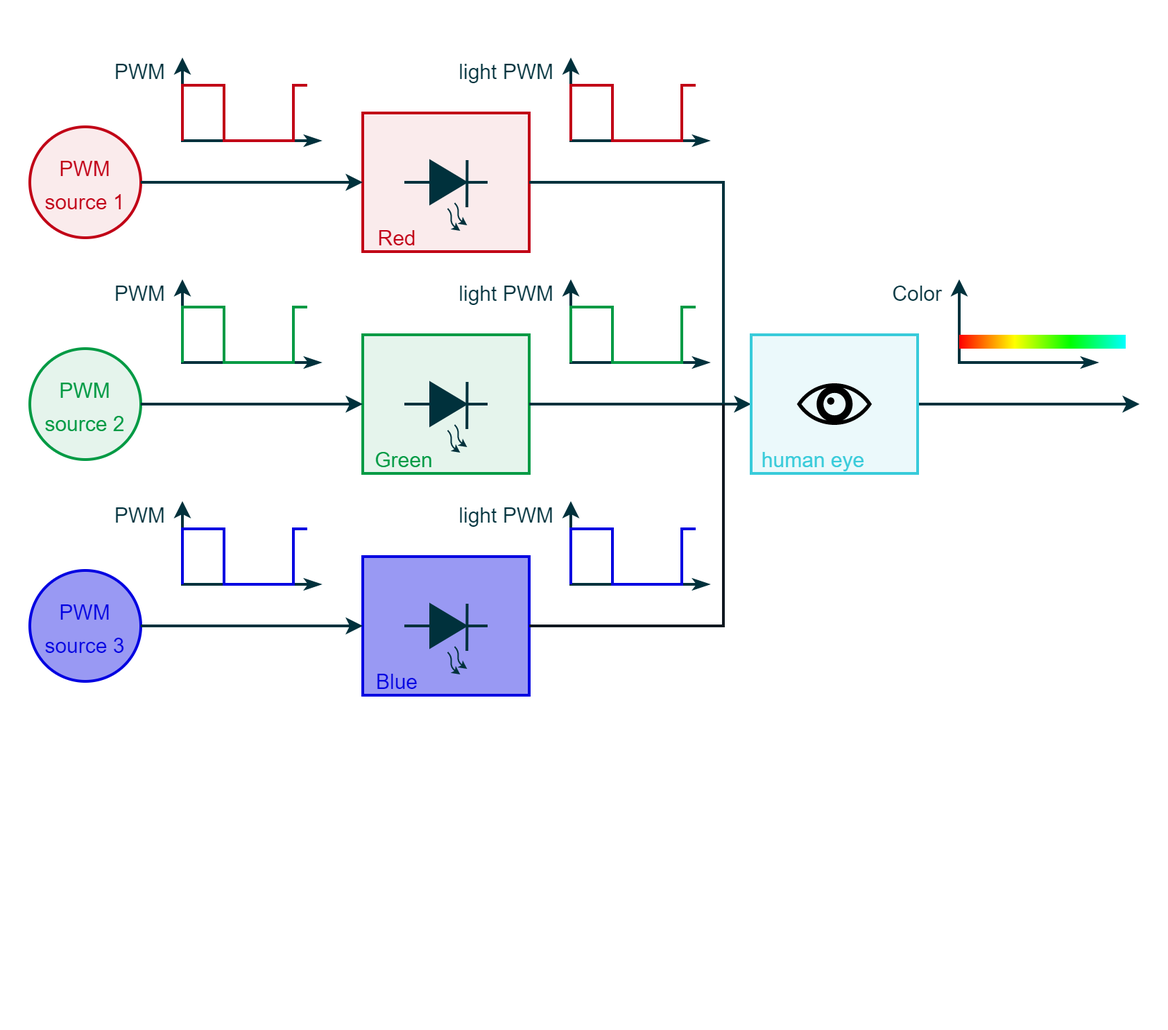
The draw.io diagram draw.io/PE Articles/General knowledge/Fundamentals/PWM 101 from Duty Cycle to Motor Control/Block diagram PWM RGB LED eye (PE).png in PLAY-Embedded/pe_assets, before a commit. Source tidied: cells renumbered, new cells last; positions are measured from the earlier drawing's top-left corner, leaving out a move shared by most shapes.
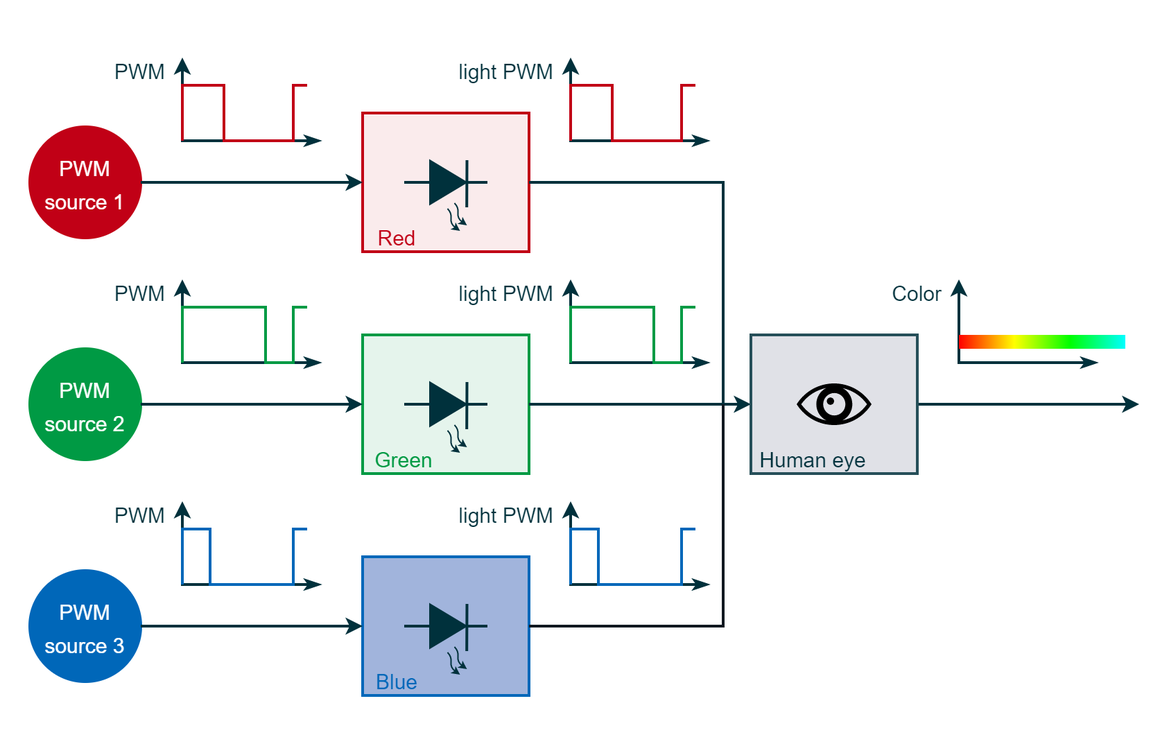
The same diagram one commit later.

The edit, as a diff of the source:
```diff
@@ -3,9 +3,9 @@
     <mxCell id="0" />
     <mxCell id="1" parent="0" />
     <mxCell id="2" style="rounded=0;whiteSpace=wrap;html=1;strokeColor=#00313C;strokeWidth=2;fontFamily=Arial;fontSize=20;fontColor=#FFFFFF;fillColor=#99d7b4;opacity=0;" parent="1" vertex="1">
-      <mxGeometry width="840" height="740" as="geometry" />
+      <mxGeometry width="840" height="540" as="geometry" />
     </mxCell>
-    <mxCell id="3" value="&lt;font color=&quot;#c10016&quot; style=&quot;font-size: 15px;&quot;&gt;PWM&lt;br&gt;source 1&lt;/font&gt;" style="ellipse;whiteSpace=wrap;html=1;strokeColor=#C10016;strokeWidth=2;fontFamily=Arial;fontSize=20;fontColor=#FFFFFF;fillColor=#FAEBEC;rounded=0;" parent="1" vertex="1">
+    <mxCell id="3" value="&lt;font style=&quot;font-size: 15px;&quot;&gt;PWM&lt;br&gt;source 1&lt;/font&gt;" style="ellipse;whiteSpace=wrap;html=1;strokeColor=#C10016;strokeWidth=2;fontFamily=Arial;fontSize=20;fontColor=#FFFFFF;fillColor=#C10016;rounded=0;" parent="1" vertex="1">
       <mxGeometry x="20" y="90" width="80" height="80" as="geometry" />
     </mxCell>
     <mxCell id="4" style="endArrow=classicThin;html=1;rounded=0;strokeColor=#00313C;strokeWidth=2;fontFamily=Arial;fontSize=20;fontColor=#101820;fillColor=#00313C;startArrow=classic;startFill=1;endFill=1;" parent="1" edge="1">
@@ -118,7 +118,7 @@
         <mxPoint x="260" y="130" as="targetPoint" />
       </mxGeometry>
     </mxCell>
-    <mxCell id="20" value="&lt;font color=&quot;#009a44&quot; style=&quot;font-size: 15px;&quot;&gt;PWM&lt;br&gt;source 2&lt;/font&gt;" style="ellipse;whiteSpace=wrap;html=1;strokeColor=#009A44;strokeWidth=2;fontFamily=Arial;fontSize=20;fontColor=#FFFFFF;fillColor=#E5F4EC;rounded=0;" parent="1" vertex="1">
+    <mxCell id="20" value="&lt;font style=&quot;font-size: 15px;&quot;&gt;PWM&lt;br&gt;source 2&lt;/font&gt;" style="ellipse;whiteSpace=wrap;html=1;strokeColor=#009A44;strokeWidth=2;fontFamily=Arial;fontSize=20;fontColor=#FFFFFF;fillColor=#009A44;rounded=0;" parent="1" vertex="1">
       <mxGeometry x="20" y="250" width="80" height="80" as="geometry" />
     </mxCell>
     <mxCell id="21" style="endArrow=classicThin;html=1;rounded=0;strokeColor=#00313C;strokeWidth=2;fontFamily=Arial;fontSize=20;fontColor=#101820;fillColor=#00313C;startArrow=classic;startFill=1;endFill=1;" parent="1" edge="1">
@@ -136,8 +136,8 @@
         <mxPoint x="220" y="220" as="targetPoint" />
         <Array as="points">
           <mxPoint x="130" y="220" />
-          <mxPoint x="160" y="220" />
-          <mxPoint x="160" y="260" />
+          <mxPoint x="190" y="220" />
+          <mxPoint x="190" y="260" />
           <mxPoint x="210" y="260" />
           <mxPoint x="210" y="220" />
         </Array>
@@ -224,23 +224,10 @@
         </Array>
       </mxGeometry>
     </mxCell>
-    <mxCell id="37" style="endArrow=none;html=1;rounded=0;strokeColor=#009A44;strokeWidth=2;fontFamily=Arial;fontSize=20;fontColor=#FFCD00;fillColor=#009A44;" parent="1" edge="1">
-      <mxGeometry relative="1" as="geometry">
-        <mxPoint x="410" y="260" as="sourcePoint" />
-        <mxPoint x="500" y="220" as="targetPoint" />
-        <Array as="points">
-          <mxPoint x="410" y="220" />
-          <mxPoint x="440" y="220" />
-          <mxPoint x="440" y="260" />
-          <mxPoint x="490" y="260" />
-          <mxPoint x="490" y="220" />
-        </Array>
-      </mxGeometry>
-    </mxCell>
     <mxCell id="38" value="&lt;font style=&quot;font-size: 15px;&quot; color=&quot;#00313c&quot;&gt;light PWM&lt;/font&gt;" style="rounded=0;whiteSpace=wrap;html=1;strokeColor=none;strokeWidth=2;fillColor=none;fontFamily=Arial;fontSize=16;fontColor=#3D3F4F;align=right;" parent="1" vertex="1">
       <mxGeometry x="320" y="200" width="80" height="20" as="geometry" />
     </mxCell>
-    <mxCell id="39" style="rounded=0;whiteSpace=wrap;html=1;strokeColor=#38CBDA;strokeWidth=2;fontFamily=Arial;fontSize=20;fontColor=#38CBDA;fillColor=#EBF9FB;" parent="1" vertex="1">
+    <mxCell id="39" style="rounded=0;whiteSpace=wrap;html=1;strokeColor=#264F59;strokeWidth=2;fontFamily=Arial;fontSize=20;fontColor=#FFFFFF;fillColor=#E0E1E7;" parent="1" vertex="1">
       <mxGeometry x="540" y="240" width="120" height="100" as="geometry" />
     </mxCell>
     <mxCell id="40" style="endArrow=classic;html=1;rounded=0;strokeColor=#00313C;strokeWidth=2;fontFamily=Arial;fontSize=20;fontColor=#101820;fillColor=#D8E0E1;entryX=0;entryY=0.5;entryDx=0;entryDy=0;exitX=1;exitY=0.5;exitDx=0;exitDy=0;" parent="1" edge="1" source="20">
@@ -248,13 +235,13 @@
         <mxPoint x="260" y="290" as="targetPoint" />
       </mxGeometry>
     </mxCell>
-    <mxCell id="41" value="&lt;font color=&quot;#38cbda&quot; style=&quot;font-size: 15px;&quot;&gt;human eye&lt;/font&gt;" style="rounded=0;whiteSpace=wrap;html=1;strokeColor=none;strokeWidth=2;fillColor=none;fontFamily=Arial;fontSize=16;fontColor=#3D3F4F;align=center;" parent="1" vertex="1">
+    <mxCell id="41" value="&lt;font color=&quot;#00313c&quot; style=&quot;font-size: 15px;&quot;&gt;Human eye&lt;/font&gt;" style="rounded=0;whiteSpace=wrap;html=1;strokeColor=none;strokeWidth=2;fillColor=none;fontFamily=Arial;fontSize=16;fontColor=#3D3F4F;align=center;" parent="1" vertex="1">
       <mxGeometry x="540" y="320" width="90" height="20" as="geometry" />
     </mxCell>
     <mxCell id="42" style="shape=mxgraph.signs.healthcare.eye;html=1;fillColor=#000000;strokeColor=none;verticalLabelPosition=bottom;verticalAlign=top;align=center;strokeWidth=2;fontFamily=Arial;fontSize=20;fontColor=#101820;" parent="1" vertex="1">
       <mxGeometry x="573" y="275" width="54" height="30" as="geometry" />
     </mxCell>
-    <mxCell id="43" value="&lt;font color=&quot;#0000e1&quot; style=&quot;font-size: 15px;&quot;&gt;PWM&lt;br&gt;source 3&lt;/font&gt;" style="ellipse;whiteSpace=wrap;html=1;strokeColor=#0000E1;strokeWidth=2;fontFamily=Arial;fontSize=20;fontColor=#FFFFFF;fillColor=#9999f3;rounded=0;" parent="1" vertex="1">
+    <mxCell id="43" value="&lt;font style=&quot;font-size: 15px;&quot;&gt;PWM&lt;br&gt;source 3&lt;/font&gt;" style="ellipse;whiteSpace=wrap;html=1;strokeColor=#0067B9;strokeWidth=2;fontFamily=Arial;fontSize=20;fontColor=#FFFFFF;fillColor=#0067B9;rounded=0;" parent="1" vertex="1">
       <mxGeometry x="20" y="410" width="80" height="80" as="geometry" />
     </mxCell>
     <mxCell id="44" style="endArrow=classicThin;html=1;rounded=0;strokeColor=#00313C;strokeWidth=2;fontFamily=Arial;fontSize=20;fontColor=#101820;fillColor=#00313C;startArrow=classic;startFill=1;endFill=1;" parent="1" edge="1">
@@ -266,14 +253,14 @@
         </Array>
       </mxGeometry>
     </mxCell>
-    <mxCell id="45" style="endArrow=none;html=1;rounded=0;strokeColor=#0000E1;strokeWidth=2;fontFamily=Arial;fontSize=20;fontColor=#FFCD00;fillColor=#C10016;" parent="1" edge="1">
+    <mxCell id="45" style="endArrow=none;html=1;rounded=0;strokeColor=#0067B9;strokeWidth=2;fontFamily=Arial;fontSize=20;fontColor=#FFCD00;fillColor=#0067B9;" parent="1" edge="1">
       <mxGeometry relative="1" as="geometry">
         <mxPoint x="130" y="420" as="sourcePoint" />
         <mxPoint x="220" y="380" as="targetPoint" />
         <Array as="points">
           <mxPoint x="130" y="380" />
-          <mxPoint x="160" y="380" />
-          <mxPoint x="160" y="420" />
+          <mxPoint x="150" y="380" />
+          <mxPoint x="150" y="420" />
           <mxPoint x="210" y="420" />
           <mxPoint x="210" y="380" />
         </Array>
@@ -282,7 +269,7 @@
     <mxCell id="46" value="&lt;font style=&quot;font-size: 15px;&quot; color=&quot;#00313c&quot;&gt;PWM&lt;/font&gt;" style="rounded=0;whiteSpace=wrap;html=1;strokeColor=none;strokeWidth=2;fillColor=none;fontFamily=Arial;fontSize=16;fontColor=#3D3F4F;align=right;" parent="1" vertex="1">
       <mxGeometry x="60" y="360" width="60" height="20" as="geometry" />
     </mxCell>
-    <mxCell id="47" style="rounded=0;whiteSpace=wrap;html=1;strokeColor=#0000E1;strokeWidth=2;fontFamily=Arial;fontSize=20;fontColor=#FFFFFF;fillColor=#9999f3;" parent="1" vertex="1">
+    <mxCell id="47" style="rounded=0;whiteSpace=wrap;html=1;strokeColor=#0067B9;strokeWidth=2;fontFamily=Arial;fontSize=20;fontColor=#FFFFFF;fillColor=#A1B4DC;" parent="1" vertex="1">
       <mxGeometry x="260" y="400" width="120" height="100" as="geometry" />
     </mxCell>
     <mxCell id="48" style="endArrow=none;html=1;rounded=0;strokeColor=#00313C;strokeWidth=2;fontFamily=Arial;fontSize=20;fontColor=#101820;fillColor=#00313C;entryX=0;entryY=0.5;entryDx=0;entryDy=0;" parent="1" edge="1" target="52">
@@ -324,7 +311,7 @@
         <mxPoint x="350" y="450" as="targetPoint" />
       </mxGeometry>
     </mxCell>
-    <mxCell id="54" value="&lt;font color=&quot;#0000e1&quot; style=&quot;font-size: 15px;&quot;&gt;Blue&lt;/font&gt;" style="rounded=0;whiteSpace=wrap;html=1;strokeColor=none;strokeWidth=2;fillColor=none;fontFamily=Arial;fontSize=16;fontColor=#3D3F4F;align=center;" parent="1" vertex="1">
+    <mxCell id="54" value="&lt;font color=&quot;#0067b9&quot; style=&quot;font-size: 15px;&quot;&gt;Blue&lt;/font&gt;" style="rounded=0;whiteSpace=wrap;html=1;strokeColor=none;strokeWidth=2;fillColor=none;fontFamily=Arial;fontSize=16;fontColor=#3D3F4F;align=center;" parent="1" vertex="1">
       <mxGeometry x="260" y="480" width="50" height="20" as="geometry" />
     </mxCell>
     <mxCell id="55" style="endArrow=classicThin;html=1;rounded=0;strokeColor=#00313C;strokeWidth=2;fontFamily=Arial;fontSize=20;fontColor=#101820;fillColor=#00313C;startArrow=classic;startFill=1;endFill=1;" parent="1" edge="1">
@@ -336,19 +323,6 @@
         </Array>
       </mxGeometry>
     </mxCell>
-    <mxCell id="56" style="endArrow=none;html=1;rounded=0;strokeColor=#0000E1;strokeWidth=2;fontFamily=Arial;fontSize=20;fontColor=#FFCD00;fillColor=#C10016;" parent="1" edge="1">
-      <mxGeometry relative="1" as="geometry">
-        <mxPoint x="410" y="420" as="sourcePoint" />
-        <mxPoint x="500" y="380" as="targetPoint" />
-        <Array as="points">
-          <mxPoint x="410" y="380" />
-          <mxPoint x="440" y="380" />
-          <mxPoint x="440" y="420" />
-          <mxPoint x="490" y="420" />
-          <mxPoint x="490" y="380" />
-        </Array>
-      </mxGeometry>
-    </mxCell>
     <mxCell id="57" value="&lt;font style=&quot;font-size: 15px;&quot; color=&quot;#00313c&quot;&gt;light PWM&lt;/font&gt;" style="rounded=0;whiteSpace=wrap;html=1;strokeColor=none;strokeWidth=2;fillColor=none;fontFamily=Arial;fontSize=16;fontColor=#3D3F4F;align=right;" parent="1" vertex="1">
       <mxGeometry x="320" y="360" width="80" height="20" as="geometry" />
     </mxCell>
@@ -375,5 +349,31 @@
     <mxCell id="62" style="rounded=0;whiteSpace=wrap;html=1;fontFamily=Arial;fontSize=20;fontColor=#101820;strokeColor=none;strokeWidth=2;fillColor=#FFFF00;gradientColor=#00FF00;gradientDirection=east;" parent="1" vertex="1">
       <mxGeometry x="730" y="240" width="40" height="10" as="geometry" />
     </mxCell>
+    <mxCell id="63" style="endArrow=none;html=1;rounded=0;strokeColor=#009A44;strokeWidth=2;fontFamily=Arial;fontSize=20;fontColor=#FFCD00;fillColor=#009A44;" parent="1" edge="1">
+      <mxGeometry relative="1" as="geometry">
+        <mxPoint x="410" y="260" as="sourcePoint" />
+        <mxPoint x="500" y="220" as="targetPoint" />
+        <Array as="points">
+          <mxPoint x="410" y="220" />
+          <mxPoint x="470" y="220" />
+          <mxPoint x="470" y="260" />
+          <mxPoint x="490" y="260" />
+          <mxPoint x="490" y="220" />
+        </Array>
+      </mxGeometry>
+    </mxCell>
+    <mxCell id="64" style="endArrow=none;html=1;rounded=0;strokeColor=#0067B9;strokeWidth=2;fontFamily=Arial;fontSize=20;fontColor=#FFCD00;fillColor=#0067B9;" parent="1" edge="1">
+      <mxGeometry relative="1" as="geometry">
+        <mxPoint x="410" y="420" as="sourcePoint" />
+        <mxPoint x="500" y="380" as="targetPoint" />
+        <Array as="points">
+          <mxPoint x="410" y="380" />
+          <mxPoint x="430" y="380" />
+          <mxPoint x="430" y="420" />
+          <mxPoint x="490" y="420" />
+          <mxPoint x="490" y="380" />
+        </Array>
+      </mxGeometry>
+    </mxCell>
   </root>
 </mxGraphModel>
```
